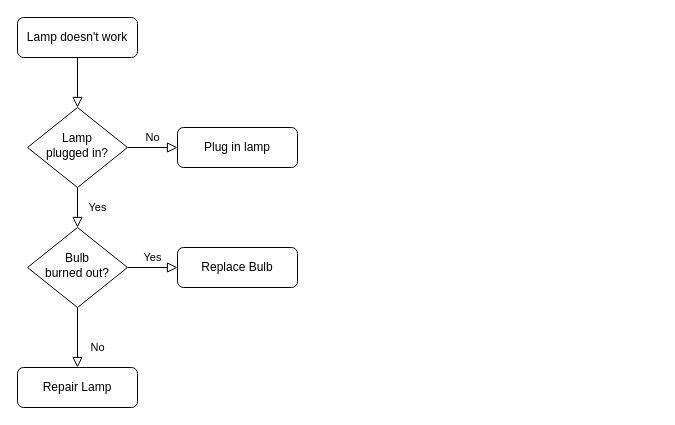
Above: Untitled Diagram.drawio in abobymotaki/uncharted (draw.io), before the change. Source tidied: cells renumbered, new cells numbered last; positions are measured from the earlier drawing's top-left corner, leaving out a move shared by most shapes. Both pictures are drawn from the tidied source at 100%, with x=0, y=0 at pixel (17, 17).
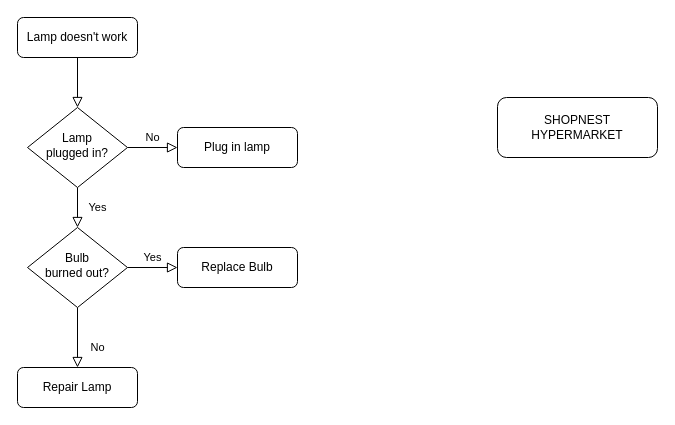
The same page after the edit.

Diff of the diagram source:
```diff
@@
 <mxGraphModel>
   <root>
     <mxCell id="0" />
     <mxCell id="1" parent="0" />
     <mxCell id="2" style="rounded=0;html=1;jettySize=auto;fontSize=11;endArrow=block;endFill=0;endSize=8;strokeWidth=1;shadow=0;labelBackgroundColor=none;edgeStyle=orthogonalEdgeStyle;" parent="1" edge="1" source="3" target="6">
       <mxGeometry relative="1" as="geometry" />
     </mxCell>
     <mxCell id="3" value="Lamp doesn't work" style="rounded=1;whiteSpace=wrap;html=1;fontSize=12;glass=0;strokeWidth=1;shadow=0;" parent="1" vertex="1">
       <mxGeometry width="120" height="40" as="geometry" />
     </mxCell>
     <mxCell id="4" value="Yes" style="rounded=0;html=1;jettySize=auto;fontSize=11;endArrow=block;endFill=0;endSize=8;strokeWidth=1;shadow=0;labelBackgroundColor=none;edgeStyle=orthogonalEdgeStyle;" parent="1" edge="1" source="6" target="10">
       <mxGeometry y="20" relative="1" as="geometry" />
     </mxCell>
     <mxCell id="5" value="No" style="edgeStyle=orthogonalEdgeStyle;rounded=0;html=1;jettySize=auto;fontSize=11;endArrow=block;endFill=0;endSize=8;strokeWidth=1;shadow=0;labelBackgroundColor=none;" parent="1" edge="1" source="6" target="7">
       <mxGeometry y="10" relative="1" as="geometry" />
     </mxCell>
     <mxCell id="6" value="Lamp&lt;br&gt;plugged in?" style="rhombus;whiteSpace=wrap;html=1;shadow=0;fontFamily=Helvetica;fontSize=12;align=center;strokeWidth=1;spacing=6;spacingTop=-4;" parent="1" vertex="1">
       <mxGeometry x="10" y="90" width="100" height="80" as="geometry" />
     </mxCell>
     <mxCell id="7" value="Plug in lamp" style="rounded=1;whiteSpace=wrap;html=1;fontSize=12;glass=0;strokeWidth=1;shadow=0;" parent="1" vertex="1">
       <mxGeometry x="160" y="110" width="120" height="40" as="geometry" />
     </mxCell>
     <mxCell id="8" value="No" style="rounded=0;html=1;jettySize=auto;fontSize=11;endArrow=block;endFill=0;endSize=8;strokeWidth=1;shadow=0;labelBackgroundColor=none;edgeStyle=orthogonalEdgeStyle;" parent="1" edge="1" source="10" target="11">
       <mxGeometry x="0.33" y="20" relative="1" as="geometry" />
     </mxCell>
     <mxCell id="9" value="Yes" style="edgeStyle=orthogonalEdgeStyle;rounded=0;html=1;jettySize=auto;fontSize=11;endArrow=block;endFill=0;endSize=8;strokeWidth=1;shadow=0;labelBackgroundColor=none;" parent="1" edge="1" source="10" target="12">
       <mxGeometry y="10" relative="1" as="geometry" />
     </mxCell>
     <mxCell id="10" value="Bulb&lt;br&gt;burned out?" style="rhombus;whiteSpace=wrap;html=1;shadow=0;fontFamily=Helvetica;fontSize=12;align=center;strokeWidth=1;spacing=6;spacingTop=-4;" parent="1" vertex="1">
       <mxGeometry x="10" y="210" width="100" height="80" as="geometry" />
     </mxCell>
     <mxCell id="11" value="Repair Lamp" style="rounded=1;whiteSpace=wrap;html=1;fontSize=12;glass=0;strokeWidth=1;shadow=0;" parent="1" vertex="1">
       <mxGeometry y="350" width="120" height="40" as="geometry" />
     </mxCell>
     <mxCell id="12" value="Replace Bulb" style="rounded=1;whiteSpace=wrap;html=1;fontSize=12;glass=0;strokeWidth=1;shadow=0;" parent="1" vertex="1">
       <mxGeometry x="160" y="230" width="120" height="40" as="geometry" />
     </mxCell>
+    <mxCell id="13" value="SHOPNEST&lt;div&gt;HYPERMARKET&lt;/div&gt;" style="rounded=1;whiteSpace=wrap;html=1;" parent="1" vertex="1">
+      <mxGeometry x="480" y="80" width="160" height="60" as="geometry" />
+    </mxCell>
   </root>
 </mxGraphModel>
```
